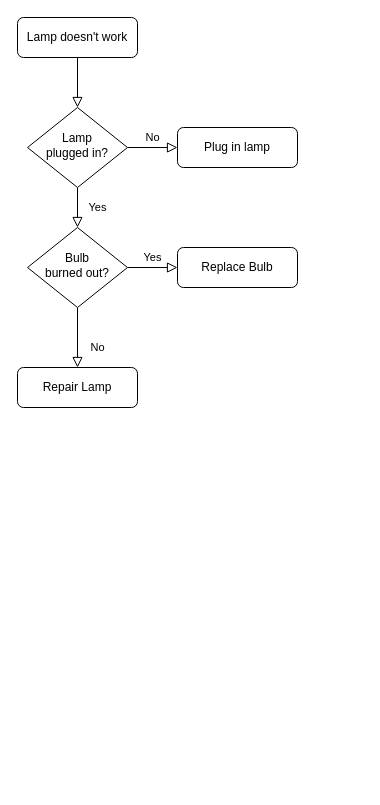
The draw.io diagram Untitled Diagram.drawio in honeybather/ajax-practice, before the edit. Source tidied: cells renumbered, new cells numbered last; positions are measured from the earlier drawing's top-left corner, leaving out a move shared by most shapes. Both pictures are drawn from the tidied source at 100%, with x=0, y=0 at pixel (17, 17).
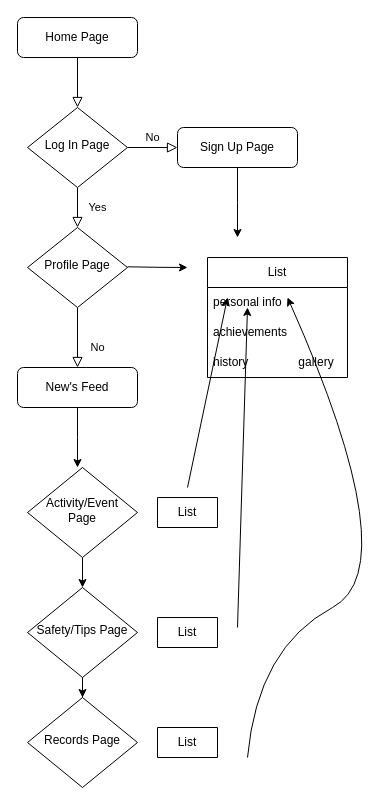
Above is the later version.

Commit message:
User Flow - Adrenaline Junkie

Diff of the diagram source:
```diff
@@
-    <mxCell id="3" value="Lamp doesn't work" style="rounded=1;whiteSpace=wrap;html=1;fontSize=12;glass=0;strokeWidth=1;shadow=0;" parent="1" vertex="1">
+    <mxCell id="3" value="Home Page" style="rounded=1;whiteSpace=wrap;html=1;fontSize=12;glass=0;strokeWidth=1;shadow=0;" parent="1" vertex="1">
       <mxGeometry width="120" height="40" as="geometry" />
     </mxCell>
@@
-    <mxCell id="6" value="Lamp&lt;br&gt;plugged in?" style="rhombus;whiteSpace=wrap;html=1;shadow=0;fontFamily=Helvetica;fontSize=12;align=center;strokeWidth=1;spacing=6;spacingTop=-4;" parent="1" vertex="1">
+    <mxCell id="6" value="Log In Page" style="rhombus;whiteSpace=wrap;html=1;shadow=0;fontFamily=Helvetica;fontSize=12;align=center;strokeWidth=1;spacing=6;spacingTop=-4;" parent="1" vertex="1">
       <mxGeometry x="10" y="90" width="100" height="80" as="geometry" />
     </mxCell>
+    <mxCell id="13" style="edgeStyle=orthogonalEdgeStyle;rounded=0;jettySize=auto;html=1;" parent="1" edge="1" source="7">
+      <mxGeometry relative="1" as="geometry">
+        <mxPoint x="220" y="220" as="targetPoint" />
+      </mxGeometry>
+    </mxCell>
-    <mxCell id="7" value="Plug in lamp" style="rounded=1;whiteSpace=wrap;html=1;fontSize=12;glass=0;strokeWidth=1;shadow=0;" parent="1" vertex="1">
+    <mxCell id="7" value="Sign Up Page" style="rounded=1;whiteSpace=wrap;html=1;fontSize=12;glass=0;strokeWidth=1;shadow=0;" parent="1" vertex="1">
       <mxGeometry x="160" y="110" width="120" height="40" as="geometry" />
     </mxCell>
@@
-    <mxCell id="9" value="Yes" style="edgeStyle=orthogonalEdgeStyle;rounded=0;html=1;jettySize=auto;fontSize=11;endArrow=block;endFill=0;endSize=8;strokeWidth=1;shadow=0;labelBackgroundColor=none;" parent="1" edge="1" source="10" target="12">
-      <mxGeometry y="10" relative="1" as="geometry" />
-    </mxCell>
-    <mxCell id="10" value="Bulb&lt;br&gt;burned out?" style="rhombus;whiteSpace=wrap;html=1;shadow=0;fontFamily=Helvetica;fontSize=12;align=center;strokeWidth=1;spacing=6;spacingTop=-4;" parent="1" vertex="1">
+    <mxCell id="10" value="Profile Page" style="rhombus;whiteSpace=wrap;html=1;shadow=0;fontFamily=Helvetica;fontSize=12;align=center;strokeWidth=1;spacing=6;spacingTop=-4;" parent="1" vertex="1">
       <mxGeometry x="10" y="210" width="100" height="80" as="geometry" />
     </mxCell>
+    <mxCell id="14" style="edgeStyle=orthogonalEdgeStyle;rounded=0;jettySize=auto;html=1;" parent="1" edge="1" source="11">
+      <mxGeometry relative="1" as="geometry">
+        <mxPoint x="60" y="450" as="targetPoint" />
+      </mxGeometry>
+    </mxCell>
-    <mxCell id="11" value="Repair Lamp" style="rounded=1;whiteSpace=wrap;html=1;fontSize=12;glass=0;strokeWidth=1;shadow=0;" parent="1" vertex="1">
+    <mxCell id="11" value="New's Feed" style="rounded=1;whiteSpace=wrap;html=1;fontSize=12;glass=0;strokeWidth=1;shadow=0;" parent="1" vertex="1">
       <mxGeometry y="350" width="120" height="40" as="geometry" />
     </mxCell>
-    <mxCell id="12" value="Replace Bulb" style="rounded=1;whiteSpace=wrap;html=1;fontSize=12;glass=0;strokeWidth=1;shadow=0;" parent="1" vertex="1">
-      <mxGeometry x="160" y="230" width="120" height="40" as="geometry" />
-    </mxCell>
+    <mxCell id="15" style="edgeStyle=orthogonalEdgeStyle;rounded=0;orthogonalLoop=1;jettySize=auto;html=1;" parent="1" edge="1">
+      <mxGeometry relative="1" as="geometry">
+        <mxPoint x="110" y="249.3" as="sourcePoint" />
+        <mxPoint x="170" y="250" as="targetPoint" />
+      </mxGeometry>
+    </mxCell>
+    <mxCell id="16" style="edgeStyle=orthogonalEdgeStyle;rounded=0;jettySize=auto;html=1;" parent="1" edge="1" source="17" target="19">
+      <mxGeometry relative="1" as="geometry" />
+    </mxCell>
+    <mxCell id="17" value="Activity/Event Page" style="rhombus;whiteSpace=wrap;html=1;shadow=0;fontFamily=Helvetica;fontSize=12;align=center;strokeWidth=1;spacing=6;spacingTop=-4;" parent="1" vertex="1">
+      <mxGeometry x="10" y="450" width="110" height="90" as="geometry" />
+    </mxCell>
+    <mxCell id="18" style="edgeStyle=orthogonalEdgeStyle;rounded=0;jettySize=auto;html=1;" parent="1" edge="1" source="19" target="20">
+      <mxGeometry relative="1" as="geometry" />
+    </mxCell>
+    <mxCell id="19" value="Safety/Tips Page" style="rhombus;whiteSpace=wrap;html=1;shadow=0;fontFamily=Helvetica;fontSize=12;align=center;strokeWidth=1;spacing=6;spacingTop=-4;" parent="1" vertex="1">
+      <mxGeometry x="10" y="570" width="110" height="90" as="geometry" />
+    </mxCell>
+    <mxCell id="20" value="Records Page" style="rhombus;whiteSpace=wrap;html=1;shadow=0;fontFamily=Helvetica;fontSize=12;align=center;strokeWidth=1;spacing=6;spacingTop=-4;" parent="1" vertex="1">
+      <mxGeometry x="10" y="680" width="110" height="90" as="geometry" />
+    </mxCell>
+    <mxCell id="21" value="List" style="swimlane;fontStyle=0;horizontal=1;startSize=30;whiteSpace=wrap;html=1;" parent="1" vertex="1" collapsed="1">
+      <mxGeometry x="140" y="480" width="60" height="30" as="geometry" />
+    </mxCell>
+    <mxCell id="22" value="List" style="swimlane;fontStyle=0;horizontal=1;startSize=30;whiteSpace=wrap;html=1;" parent="1" vertex="1" collapsed="1">
+      <mxGeometry x="140" y="600" width="60" height="30" as="geometry" />
+    </mxCell>
+    <mxCell id="23" value="List" style="swimlane;fontStyle=0;horizontal=1;startSize=30;whiteSpace=wrap;html=1;" parent="1" vertex="1" collapsed="1">
+      <mxGeometry x="140" y="710" width="60" height="30" as="geometry" />
+    </mxCell>
+    <mxCell id="24" value="List" style="swimlane;fontStyle=0;horizontal=1;startSize=30;whiteSpace=wrap;html=1;" parent="1" vertex="1">
+      <mxGeometry x="190" y="240" width="140" height="120" as="geometry" />
+    </mxCell>
+    <mxCell id="25" value="personal info" style="text;strokeColor=none;fillColor=none;align=left;verticalAlign=middle;spacingLeft=4;spacingRight=4;overflow=hidden;whiteSpace=wrap;html=1;" parent="24" vertex="1">
+      <mxGeometry y="30" width="140" height="30" as="geometry" />
+    </mxCell>
+    <mxCell id="26" value="achievements" style="text;strokeColor=none;fillColor=none;align=left;verticalAlign=middle;spacingLeft=4;spacingRight=4;overflow=hidden;whiteSpace=wrap;html=1;" parent="24" vertex="1">
+      <mxGeometry y="60" width="140" height="30" as="geometry" />
+    </mxCell>
+    <mxCell id="27" value="history&amp;nbsp; &amp;nbsp; &amp;nbsp; &amp;nbsp; &amp;nbsp; &amp;nbsp; &amp;nbsp; &amp;nbsp;gallery" style="text;strokeColor=none;fillColor=none;align=left;verticalAlign=middle;spacingLeft=4;spacingRight=4;overflow=hidden;whiteSpace=wrap;html=1;" parent="24" vertex="1">
+      <mxGeometry y="90" width="140" height="30" as="geometry" />
+    </mxCell>
+    <mxCell id="28" style="endArrow=classic;html=1;rounded=0;" parent="1" edge="1">
+      <mxGeometry relative="1" as="geometry">
+        <mxPoint x="170" y="470" as="sourcePoint" />
+        <mxPoint x="210" y="280" as="targetPoint" />
+        <Array as="points">
+          <mxPoint x="170" y="470" />
+        </Array>
+      </mxGeometry>
+    </mxCell>
+    <mxCell id="29" style="curved=1;endArrow=classic;html=1;rounded=0;" parent="1" edge="1">
+      <mxGeometry relative="1" as="geometry">
+        <mxPoint x="230" y="740" as="sourcePoint" />
+        <mxPoint x="270" y="280" as="targetPoint" />
+        <Array as="points">
+          <mxPoint x="240" y="630" />
+          <mxPoint x="390" y="550" />
+        </Array>
+      </mxGeometry>
+    </mxCell>
+    <mxCell id="30" style="endArrow=classic;html=1;rounded=0;" parent="1" edge="1">
+      <mxGeometry relative="1" as="geometry">
+        <mxPoint x="220" y="610" as="sourcePoint" />
+        <mxPoint x="230" y="290" as="targetPoint" />
+        <Array as="points">
+          <mxPoint x="220" y="610" />
+        </Array>
+      </mxGeometry>
+    </mxCell>
```
